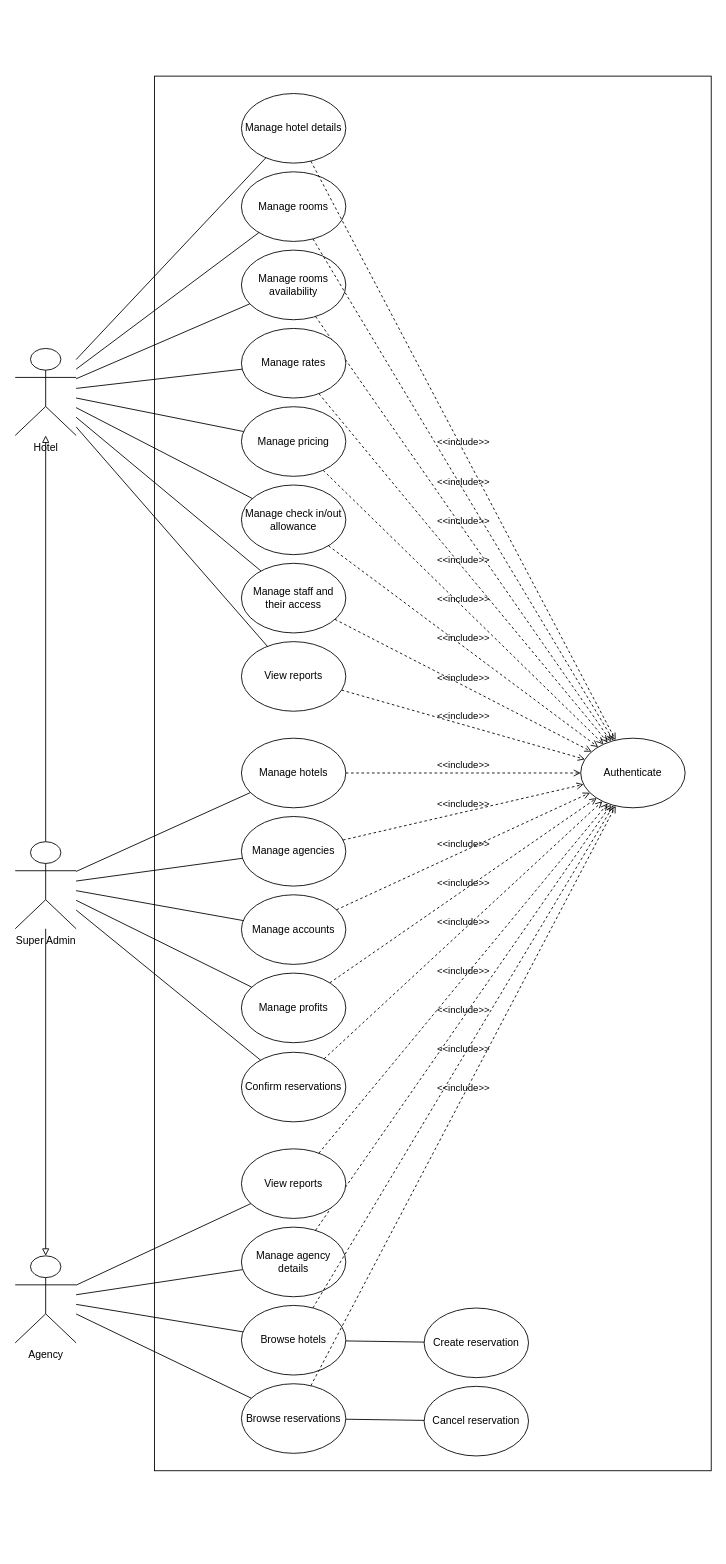
Above: use_case_diagram.drawio in jawharhmidi02/resrvy_diagrams (draw.io), before the change. Source tidied: cells renumbered, new cells numbered last; positions are measured from the earlier drawing's top-left corner, leaving out a move shared by most shapes. Both pictures are drawn from the tidied source at 87%, with x=0, y=0 at pixel (15, 76).
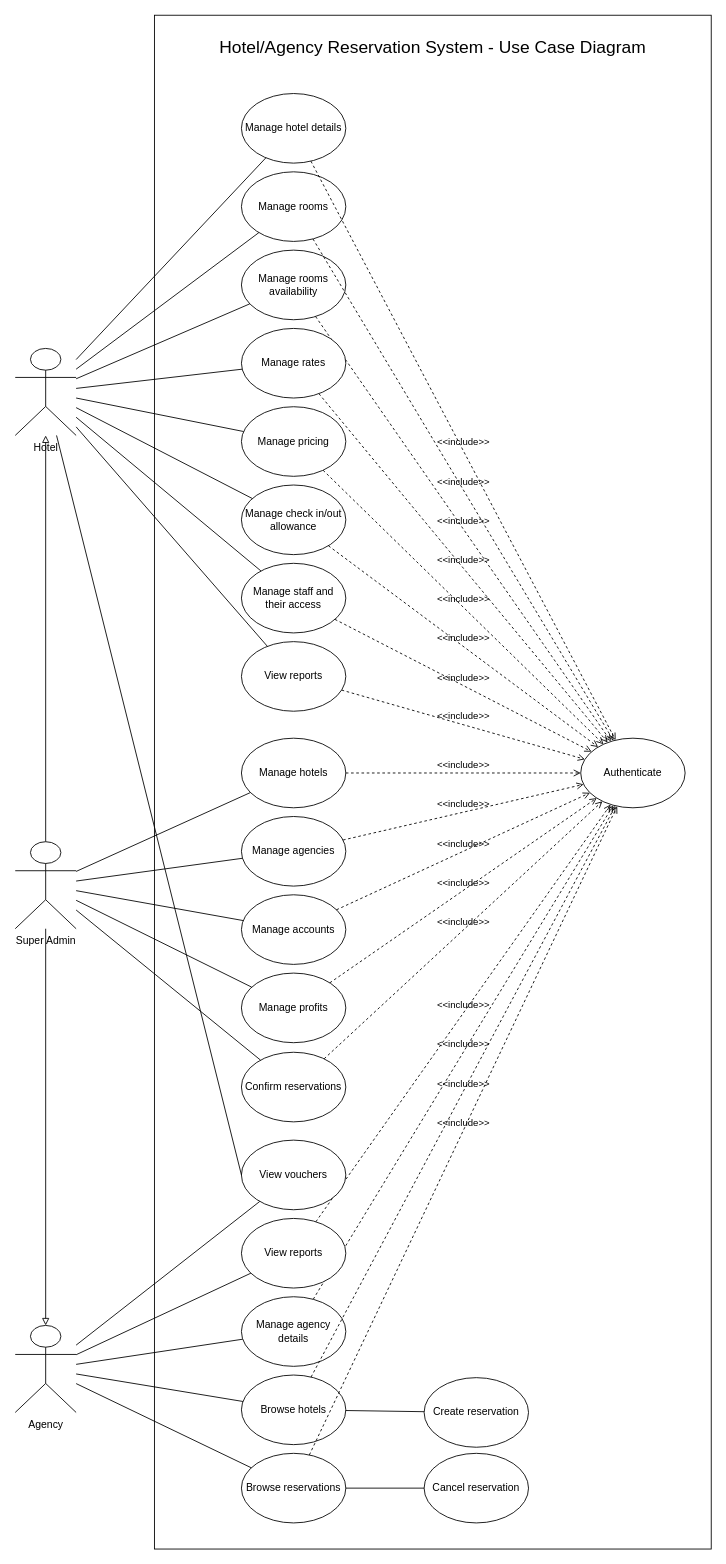
Above is the later version.

The change refers to these unchanged cells:
```xml
<mxCell id="30" value="&lt;div&gt;Hotel&lt;/div&gt;" style="shape=umlActor;verticalLabelPosition=bottom;verticalAlign=top;html=1;outlineConnect=0;" parent="1" vertex="1">
  <mxGeometry y="313" width="70" height="100" as="geometry" />
</mxCell>
```

Diff of the diagram source:
```diff
@@
     <mxCell id="2" style="rounded=0;whiteSpace=wrap;html=1;" parent="1" vertex="1">
-      <mxGeometry x="160" width="640" height="1603" as="geometry" />
+      <mxGeometry x="160" y="-70" width="640" height="1763" as="geometry" />
     </mxCell>
@@
     <mxCell id="18" value="&lt;div&gt;Manage agency details&lt;/div&gt;" style="ellipse;whiteSpace=wrap;html=1;" parent="1" vertex="1">
-      <mxGeometry x="260" y="1323" width="120" height="80" as="geometry" />
+      <mxGeometry x="260" y="1403" width="120" height="80" as="geometry" />
     </mxCell>
     <mxCell id="19" value="Browse hotels" style="ellipse;whiteSpace=wrap;html=1;" parent="1" vertex="1">
-      <mxGeometry x="260" y="1413" width="120" height="80" as="geometry" />
+      <mxGeometry x="260" y="1493" width="120" height="80" as="geometry" />
     </mxCell>
     <mxCell id="20" value="Browse reservations" style="ellipse;whiteSpace=wrap;html=1;" parent="1" vertex="1">
-      <mxGeometry x="260" y="1503" width="120" height="80" as="geometry" />
+      <mxGeometry x="260" y="1583" width="120" height="80" as="geometry" />
     </mxCell>
@@
     <mxCell id="44" value="Agency" style="shape=umlActor;verticalLabelPosition=bottom;verticalAlign=top;html=1;outlineConnect=0;" parent="1" vertex="1">
-      <mxGeometry y="1356" width="70" height="100" as="geometry" />
+      <mxGeometry y="1436" width="70" height="100" as="geometry" />
     </mxCell>
@@
     <mxCell id="48" value="Cancel reservation" style="ellipse;whiteSpace=wrap;html=1;" parent="1" vertex="1">
-      <mxGeometry x="470" y="1506" width="120" height="80" as="geometry" />
+      <mxGeometry x="470" y="1583" width="120" height="80" as="geometry" />
     </mxCell>
@@
     <mxCell id="52" value="Create reservation" style="ellipse;whiteSpace=wrap;html=1;" parent="1" vertex="1">
-      <mxGeometry x="470" y="1416" width="120" height="80" as="geometry" />
+      <mxGeometry x="470" y="1496" width="120" height="80" as="geometry" />
     </mxCell>
@@
     <mxCell id="54" value="View reports" style="ellipse;whiteSpace=wrap;html=1;" parent="1" vertex="1">
-      <mxGeometry x="260" y="1233" width="120" height="80" as="geometry" />
+      <mxGeometry x="260" y="1313" width="120" height="80" as="geometry" />
     </mxCell>
@@
+    <mxCell id="64" value="View vouchers" style="ellipse;whiteSpace=wrap;html=1;" parent="1" vertex="1">
+      <mxGeometry x="260" y="1223" width="120" height="80" as="geometry" />
+    </mxCell>
+    <mxCell id="65" style="endArrow=none;html=1;rounded=0;" parent="1" edge="1" source="44" target="64">
+      <mxGeometry relative="1" as="geometry" />
+    </mxCell>
+    <mxCell id="66" style="endArrow=none;html=1;rounded=0;entryX=0;entryY=0.5;entryDx=0;entryDy=0;" parent="1" edge="1" source="30" target="64">
+      <mxGeometry relative="1" as="geometry" />
+    </mxCell>
+    <mxCell id="67" value="&lt;font style=&quot;font-size: 20px;&quot;&gt;Hotel/Agency Reservation System - Use Case Diagram&lt;/font&gt;" style="text;html=1;align=center;verticalAlign=middle;whiteSpace=wrap;rounded=0;" parent="1" vertex="1">
+      <mxGeometry x="160" y="-49" width="640" height="30" as="geometry" />
+    </mxCell>
```
